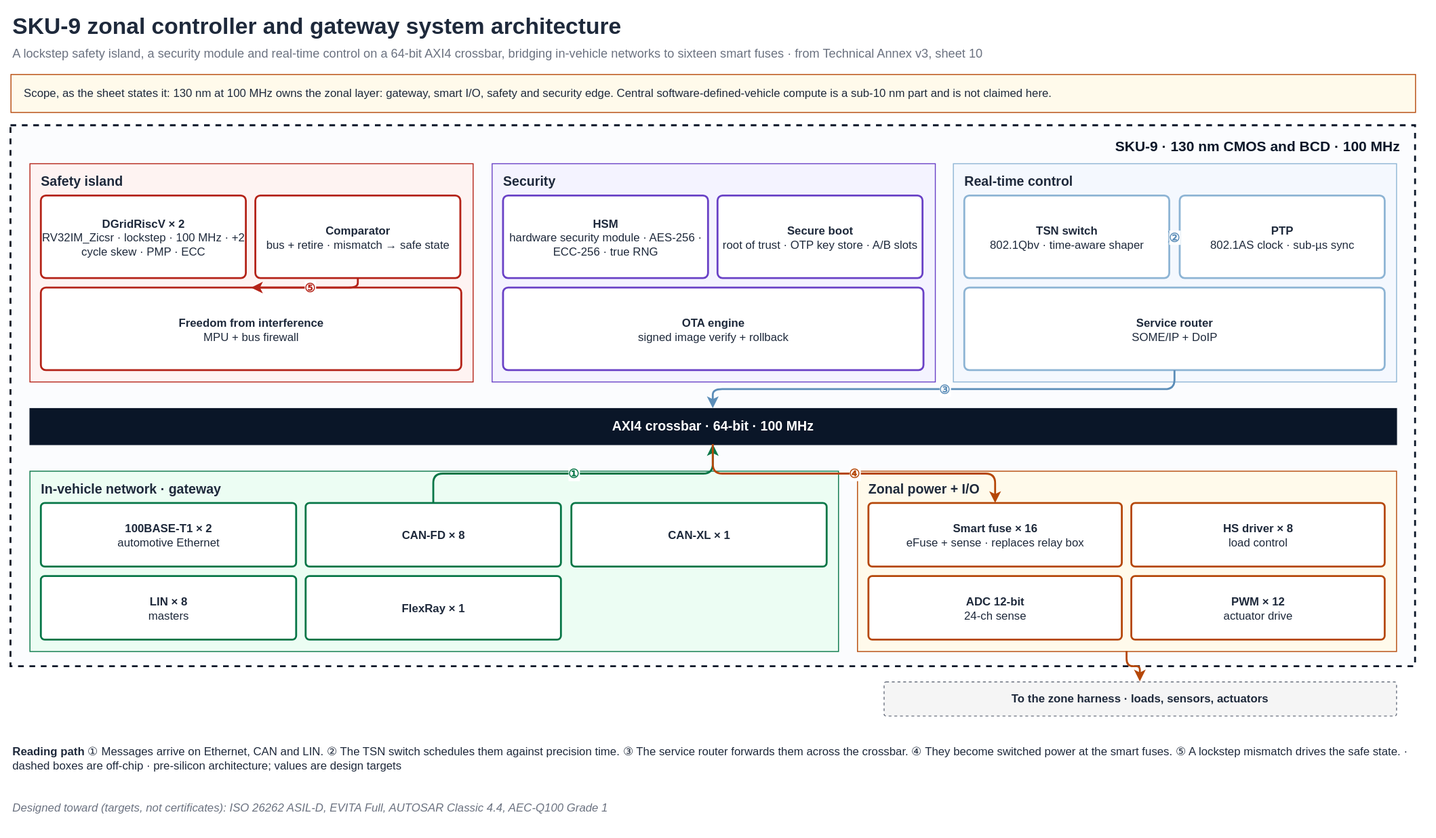
Above: public/diagrams/sku-9-architecture.svg in shekerkamma/deepgrid-dr-silicon-v11 (draw.io), before the change. Source tidied: cells renumbered, new cells last; positions are measured from the earlier drawing's top-left corner, leaving out a move shared by most shapes. Its diagram source:
```xml
<mxGraphModel background="#FFFFFF">
  <root>
    <mxCell id="0" />
    <mxCell id="1" parent="0" />
    <mxCell id="2" value="SKU-9 zonal controller and gateway system architecture" style="text;html=1;align=left;verticalAlign=middle;whiteSpace=wrap;fontSize=24;fontColor=#1E293B;fontStyle=1;" parent="1" vertex="1">
      <mxGeometry width="1200" height="36" as="geometry" />
    </mxCell>
    <mxCell id="3" value="A lockstep safety island, a security module and real-time control on a 64-bit AXI4 crossbar, bridging in-vehicle networks to sixteen smart fuses · from Technical Annex v3, sheet 10" style="text;html=1;align=left;verticalAlign=middle;whiteSpace=wrap;fontSize=13;fontColor=#6B7280;" parent="1" vertex="1">
      <mxGeometry y="34" width="1480" height="24" as="geometry" />
    </mxCell>
    <mxCell id="4" value="SKU-9  ·  130 nm CMOS and BCD  ·  100 MHz" style="rounded=0;whiteSpace=wrap;html=1;fillColor=#FBFCFE;strokeColor=#0A1628;strokeWidth=2;dashed=1;verticalAlign=top;align=right;spacingRight=14;spacingTop=6;fontSize=15;fontStyle=1;fontColor=#0A1628;" parent="1" vertex="1">
      <mxGeometry y="122" width="1480" height="570" as="geometry" />
    </mxCell>
    <mxCell id="5" value="Scope, as the sheet states it: 130 nm at 100 MHz owns the zonal layer: gateway, smart I/O, safety and security edge. Central software-defined-vehicle compute is a sub-10 nm part and is not claimed here." style="rounded=0;whiteSpace=wrap;html=1;fillColor=#FFFAEB;strokeColor=#B54708;align=left;spacingLeft=12;fontSize=12;fontColor=#1E293B;" parent="1" vertex="1">
      <mxGeometry y="68" width="1480" height="40" as="geometry" />
    </mxCell>
    <mxCell id="6" value="Safety island" style="rounded=0;whiteSpace=wrap;html=1;fillColor=#FEF3F2;strokeColor=#B42318;verticalAlign=top;align=left;spacingLeft=10;spacingTop=4;fontSize=14;fontStyle=1;fontColor=#1E293B;" parent="1" vertex="1">
      <mxGeometry x="20" y="162" width="467" height="230" as="geometry" />
    </mxCell>
    <mxCell id="7" value="&lt;b&gt;DGridRiscV × 2&lt;/b&gt;&lt;br&gt;RV32IM_Zicsr · lockstep · 100 MHz · +2 cycle skew · PMP · ECC" style="rounded=1;whiteSpace=wrap;html=1;fillColor=#FFFFFF;strokeColor=#B42318;strokeWidth=2;fontSize=12;fontColor=#1E293B;arcSize=6;" parent="1" vertex="1">
      <mxGeometry x="32" y="196" width="216" height="87" as="geometry" />
    </mxCell>
    <mxCell id="8" value="&lt;b&gt;Comparator&lt;/b&gt;&lt;br&gt;bus + retire · mismatch → safe state" style="rounded=1;whiteSpace=wrap;html=1;fillColor=#FFFFFF;strokeColor=#B42318;strokeWidth=2;fontSize=12;fontColor=#1E293B;arcSize=6;" parent="1" vertex="1">
      <mxGeometry x="258" y="196" width="216" height="87" as="geometry" />
    </mxCell>
    <mxCell id="9" value="&lt;b&gt;Freedom from interference&lt;/b&gt;&lt;br&gt;MPU + bus firewall" style="rounded=1;whiteSpace=wrap;html=1;fillColor=#FFFFFF;strokeColor=#B42318;strokeWidth=2;fontSize=12;fontColor=#1E293B;arcSize=6;" parent="1" vertex="1">
      <mxGeometry x="32" y="293" width="443" height="87" as="geometry" />
    </mxCell>
    <mxCell id="10" value="Security" style="rounded=0;whiteSpace=wrap;html=1;fillColor=#F4F3FF;strokeColor=#6941C6;verticalAlign=top;align=left;spacingLeft=10;spacingTop=4;fontSize=14;fontStyle=1;fontColor=#1E293B;" parent="1" vertex="1">
      <mxGeometry x="507" y="162" width="467" height="230" as="geometry" />
    </mxCell>
    <mxCell id="11" value="&lt;b&gt;HSM&lt;/b&gt;&lt;br&gt;hardware security module · AES-256 · ECC-256 · true RNG" style="rounded=1;whiteSpace=wrap;html=1;fillColor=#FFFFFF;strokeColor=#6941C6;strokeWidth=2;fontSize=12;fontColor=#1E293B;arcSize=6;" parent="1" vertex="1">
      <mxGeometry x="519" y="196" width="216" height="87" as="geometry" />
    </mxCell>
    <mxCell id="12" value="&lt;b&gt;Secure boot&lt;/b&gt;&lt;br&gt;root of trust · OTP key store · A/B slots" style="rounded=1;whiteSpace=wrap;html=1;fillColor=#FFFFFF;strokeColor=#6941C6;strokeWidth=2;fontSize=12;fontColor=#1E293B;arcSize=6;" parent="1" vertex="1">
      <mxGeometry x="745" y="196" width="216" height="87" as="geometry" />
    </mxCell>
    <mxCell id="13" value="&lt;b&gt;OTA engine&lt;/b&gt;&lt;br&gt;signed image verify + rollback" style="rounded=1;whiteSpace=wrap;html=1;fillColor=#FFFFFF;strokeColor=#6941C6;strokeWidth=2;fontSize=12;fontColor=#1E293B;arcSize=6;" parent="1" vertex="1">
      <mxGeometry x="519" y="293" width="443" height="87" as="geometry" />
    </mxCell>
    <mxCell id="14" value="Real-time control" style="rounded=0;whiteSpace=wrap;html=1;fillColor=#F4F8FE;strokeColor=#8DB4D4;verticalAlign=top;align=left;spacingLeft=10;spacingTop=4;fontSize=14;fontStyle=1;fontColor=#1E293B;" parent="1" vertex="1">
      <mxGeometry x="993" y="162" width="467" height="230" as="geometry" />
    </mxCell>
    <mxCell id="15" value="&lt;b&gt;TSN switch&lt;/b&gt;&lt;br&gt;802.1Qbv · time-aware shaper" style="rounded=1;whiteSpace=wrap;html=1;fillColor=#FFFFFF;strokeColor=#8DB4D4;strokeWidth=2;fontSize=12;fontColor=#1E293B;arcSize=6;" parent="1" vertex="1">
      <mxGeometry x="1005" y="196" width="216" height="87" as="geometry" />
    </mxCell>
    <mxCell id="16" value="&lt;b&gt;PTP&lt;/b&gt;&lt;br&gt;802.1AS clock · sub-µs sync" style="rounded=1;whiteSpace=wrap;html=1;fillColor=#FFFFFF;strokeColor=#8DB4D4;strokeWidth=2;fontSize=12;fontColor=#1E293B;arcSize=6;" parent="1" vertex="1">
      <mxGeometry x="1232" y="196" width="216" height="87" as="geometry" />
    </mxCell>
    <mxCell id="17" value="&lt;b&gt;Service router&lt;/b&gt;&lt;br&gt;SOME/IP + DoIP" style="rounded=1;whiteSpace=wrap;html=1;fillColor=#FFFFFF;strokeColor=#8DB4D4;strokeWidth=2;fontSize=12;fontColor=#1E293B;arcSize=6;" parent="1" vertex="1">
      <mxGeometry x="1005" y="293" width="443" height="87" as="geometry" />
    </mxCell>
    <mxCell id="18" value="&lt;b&gt;AXI4 crossbar  ·  64-bit  ·  100 MHz&lt;/b&gt;" style="rounded=0;whiteSpace=wrap;html=1;fillColor=#0A1628;strokeColor=#0A1628;fontSize=14;fontColor=#FFFFFF;" parent="1" vertex="1">
      <mxGeometry x="20" y="420" width="1440" height="38" as="geometry" />
    </mxCell>
    <mxCell id="19" value="In-vehicle network · gateway" style="rounded=0;whiteSpace=wrap;html=1;fillColor=#ECFDF3;strokeColor=#067647;verticalAlign=top;align=left;spacingLeft=10;spacingTop=4;fontSize=14;fontStyle=1;fontColor=#1E293B;" parent="1" vertex="1">
      <mxGeometry x="20" y="486" width="852" height="190" as="geometry" />
    </mxCell>
    <mxCell id="20" value="&lt;b&gt;100BASE-T1 × 2&lt;/b&gt;&lt;br&gt;automotive Ethernet" style="rounded=1;whiteSpace=wrap;html=1;fillColor=#FFFFFF;strokeColor=#067647;strokeWidth=2;fontSize=12;fontColor=#1E293B;arcSize=6;" parent="1" vertex="1">
      <mxGeometry x="32" y="520" width="269" height="67" as="geometry" />
    </mxCell>
    <mxCell id="21" value="&lt;b&gt;CAN-FD × 8&lt;/b&gt;" style="rounded=1;whiteSpace=wrap;html=1;fillColor=#FFFFFF;strokeColor=#067647;strokeWidth=2;fontSize=12;fontColor=#1E293B;arcSize=6;" parent="1" vertex="1">
      <mxGeometry x="311" y="520" width="269" height="67" as="geometry" />
    </mxCell>
    <mxCell id="22" value="&lt;b&gt;CAN-XL × 1&lt;/b&gt;" style="rounded=1;whiteSpace=wrap;html=1;fillColor=#FFFFFF;strokeColor=#067647;strokeWidth=2;fontSize=12;fontColor=#1E293B;arcSize=6;" parent="1" vertex="1">
      <mxGeometry x="591" y="520" width="269" height="67" as="geometry" />
    </mxCell>
    <mxCell id="23" value="&lt;b&gt;LIN × 8&lt;/b&gt;&lt;br&gt;masters" style="rounded=1;whiteSpace=wrap;html=1;fillColor=#FFFFFF;strokeColor=#067647;strokeWidth=2;fontSize=12;fontColor=#1E293B;arcSize=6;" parent="1" vertex="1">
      <mxGeometry x="32" y="597" width="269" height="67" as="geometry" />
    </mxCell>
    <mxCell id="24" value="&lt;b&gt;FlexRay × 1&lt;/b&gt;" style="rounded=1;whiteSpace=wrap;html=1;fillColor=#FFFFFF;strokeColor=#067647;strokeWidth=2;fontSize=12;fontColor=#1E293B;arcSize=6;" parent="1" vertex="1">
      <mxGeometry x="311" y="597" width="269" height="67" as="geometry" />
    </mxCell>
    <mxCell id="25" value="Zonal power + I/O" style="rounded=0;whiteSpace=wrap;html=1;fillColor=#FFFAEB;strokeColor=#B54708;verticalAlign=top;align=left;spacingLeft=10;spacingTop=4;fontSize=14;fontStyle=1;fontColor=#1E293B;" parent="1" vertex="1">
      <mxGeometry x="892" y="486" width="568" height="190" as="geometry" />
    </mxCell>
    <mxCell id="26" value="&lt;b&gt;Smart fuse × 16&lt;/b&gt;&lt;br&gt;eFuse + sense · replaces relay box" style="rounded=1;whiteSpace=wrap;html=1;fillColor=#FFFFFF;strokeColor=#B54708;strokeWidth=2;fontSize=12;fontColor=#1E293B;arcSize=6;" parent="1" vertex="1">
      <mxGeometry x="904" y="520" width="267" height="67" as="geometry" />
    </mxCell>
    <mxCell id="27" value="&lt;b&gt;HS driver × 8&lt;/b&gt;&lt;br&gt;load control" style="rounded=1;whiteSpace=wrap;html=1;fillColor=#FFFFFF;strokeColor=#B54708;strokeWidth=2;fontSize=12;fontColor=#1E293B;arcSize=6;" parent="1" vertex="1">
      <mxGeometry x="1181" y="520" width="267" height="67" as="geometry" />
    </mxCell>
    <mxCell id="28" value="&lt;b&gt;ADC 12-bit&lt;/b&gt;&lt;br&gt;24-ch sense" style="rounded=1;whiteSpace=wrap;html=1;fillColor=#FFFFFF;strokeColor=#B54708;strokeWidth=2;fontSize=12;fontColor=#1E293B;arcSize=6;" parent="1" vertex="1">
      <mxGeometry x="904" y="597" width="267" height="67" as="geometry" />
    </mxCell>
    <mxCell id="29" value="&lt;b&gt;PWM × 12&lt;/b&gt;&lt;br&gt;actuator drive" style="rounded=1;whiteSpace=wrap;html=1;fillColor=#FFFFFF;strokeColor=#B54708;strokeWidth=2;fontSize=12;fontColor=#1E293B;arcSize=6;" parent="1" vertex="1">
      <mxGeometry x="1181" y="597" width="267" height="67" as="geometry" />
    </mxCell>
    <mxCell id="30" value="&lt;b&gt;To the zone harness · loads, sensors, actuators&lt;/b&gt;" style="rounded=1;whiteSpace=wrap;html=1;fillColor=#F5F5F5;strokeColor=#6B7280;dashed=1;fontSize=12;fontColor=#1E293B;arcSize=6;" parent="1" vertex="1">
      <mxGeometry x="920" y="708" width="540" height="36" as="geometry" />
    </mxCell>
    <mxCell id="31" value="①" style="edgeStyle=orthogonalEdgeStyle;rounded=1;html=1;strokeColor=#067647;strokeWidth=2;fontSize=13;fontStyle=1;fontColor=#067647;labelBackgroundColor=#FFFFFF;" parent="1" edge="1" source="21" target="18">
      <mxGeometry relative="1" as="geometry" />
    </mxCell>
    <mxCell id="32" value="②" style="edgeStyle=orthogonalEdgeStyle;rounded=1;html=1;strokeColor=#5B8DB8;strokeWidth=2;fontSize=13;fontStyle=1;fontColor=#5B8DB8;labelBackgroundColor=#FFFFFF;" parent="1" edge="1" source="15" target="16">
      <mxGeometry relative="1" as="geometry" />
    </mxCell>
    <mxCell id="33" value="③" style="edgeStyle=orthogonalEdgeStyle;rounded=1;html=1;strokeColor=#5B8DB8;strokeWidth=2;fontSize=13;fontStyle=1;fontColor=#5B8DB8;labelBackgroundColor=#FFFFFF;" parent="1" edge="1" source="17" target="18">
      <mxGeometry relative="1" as="geometry" />
    </mxCell>
    <mxCell id="34" value="④" style="edgeStyle=orthogonalEdgeStyle;rounded=1;html=1;strokeColor=#B54708;strokeWidth=2;fontSize=13;fontStyle=1;fontColor=#B54708;labelBackgroundColor=#FFFFFF;" parent="1" edge="1" source="18" target="26">
      <mxGeometry relative="1" as="geometry" />
    </mxCell>
    <mxCell id="35" style="edgeStyle=orthogonalEdgeStyle;rounded=1;html=1;strokeColor=#B54708;strokeWidth=2;fontSize=13;fontStyle=1;fontColor=#B54708;labelBackgroundColor=#FFFFFF;" parent="1" edge="1" source="25" target="30">
      <mxGeometry relative="1" as="geometry" />
    </mxCell>
    <mxCell id="36" value="⑤" style="edgeStyle=orthogonalEdgeStyle;rounded=1;html=1;strokeColor=#B42318;strokeWidth=2;fontSize=13;fontStyle=1;fontColor=#B42318;labelBackgroundColor=#FFFFFF;" parent="1" edge="1" source="8" target="9">
      <mxGeometry relative="1" as="geometry" />
    </mxCell>
    <mxCell id="37" value="&lt;b&gt;Reading path&lt;/b&gt;   ①  Messages arrive on Ethernet, CAN and LIN.   ②  The TSN switch schedules them against precision time.   ③  The service router forwards them across the crossbar.   ④  They become switched power at the smart fuses.   ⑤  A lockstep mismatch drives the safe state.   ·   dashed boxes are off-chip   ·   pre-silicon architecture; values are design targets" style="text;html=1;align=left;verticalAlign=middle;whiteSpace=wrap;fontSize=12;fontColor=#1E293B;" parent="1" vertex="1">
      <mxGeometry y="760" width="1480" height="58" as="geometry" />
    </mxCell>
    <mxCell id="38" value="Designed toward (targets, not certificates): ISO 26262 ASIL-D, EVITA Full, AUTOSAR Classic 4.4, AEC-Q100 Grade 1" style="text;html=1;align=left;verticalAlign=middle;whiteSpace=wrap;fontSize=12;fontColor=#6B7280;fontStyle=2;" parent="1" vertex="1">
      <mxGeometry y="830" width="1480" height="22" as="geometry" />
    </mxCell>
  </root>
</mxGraphModel>
```
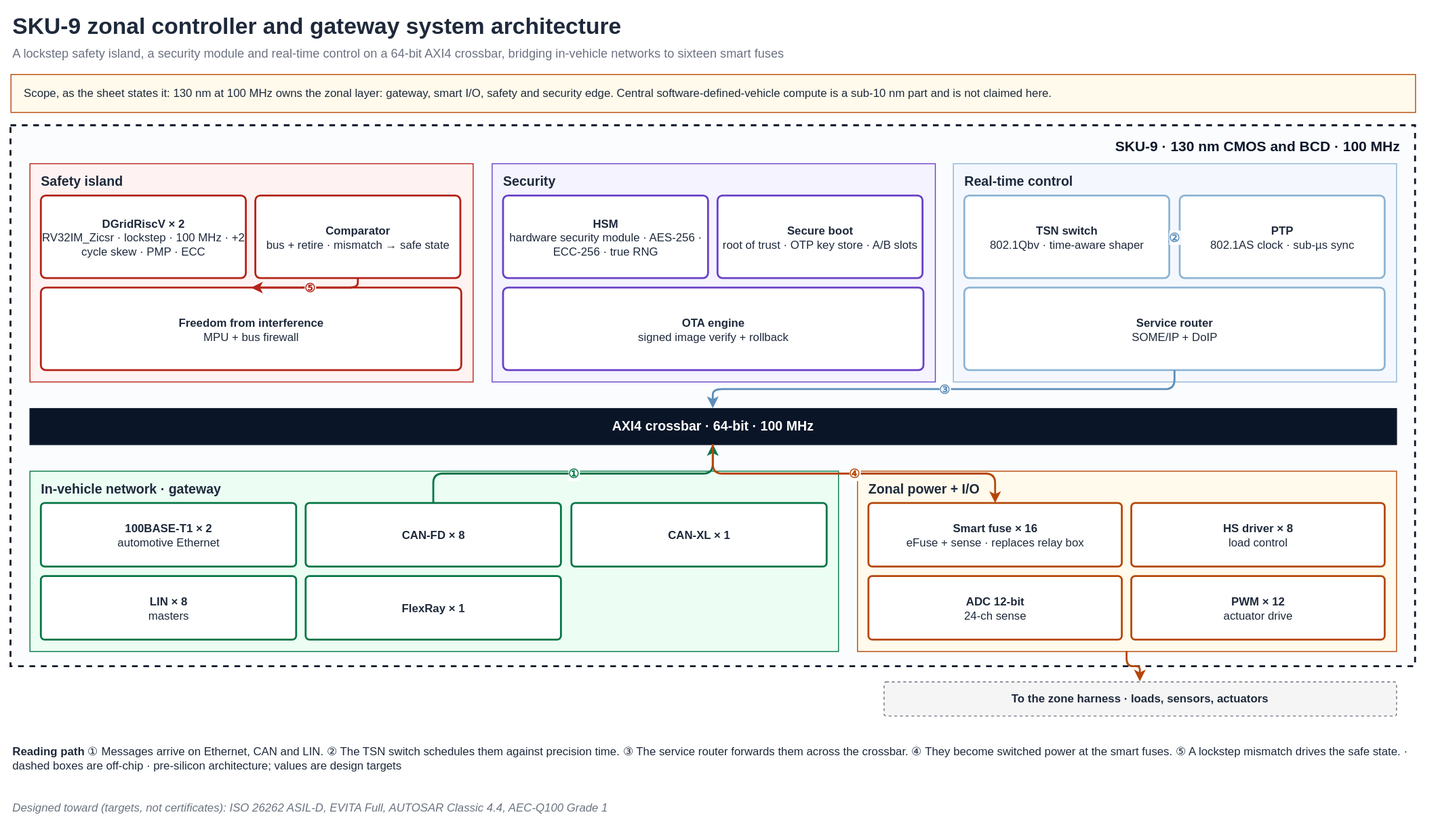
Later version of the same file.

The edit, as a diff of the source:
```diff
@@ -5,7 +5,7 @@
     <mxCell id="2" value="SKU-9 zonal controller and gateway system architecture" style="text;html=1;align=left;verticalAlign=middle;whiteSpace=wrap;fontSize=24;fontColor=#1E293B;fontStyle=1;" parent="1" vertex="1">
       <mxGeometry width="1200" height="36" as="geometry" />
     </mxCell>
-    <mxCell id="3" value="A lockstep safety island, a security module and real-time control on a 64-bit AXI4 crossbar, bridging in-vehicle networks to sixteen smart fuses · from Technical Annex v3, sheet 10" style="text;html=1;align=left;verticalAlign=middle;whiteSpace=wrap;fontSize=13;fontColor=#6B7280;" parent="1" vertex="1">
+    <mxCell id="3" value="A lockstep safety island, a security module and real-time control on a 64-bit AXI4 crossbar, bridging in-vehicle networks to sixteen smart fuses" style="text;html=1;align=left;verticalAlign=middle;whiteSpace=wrap;fontSize=13;fontColor=#6B7280;" parent="1" vertex="1">
       <mxGeometry y="34" width="1480" height="24" as="geometry" />
     </mxCell>
     <mxCell id="4" value="SKU-9  ·  130 nm CMOS and BCD  ·  100 MHz" style="rounded=0;whiteSpace=wrap;html=1;fillColor=#FBFCFE;strokeColor=#0A1628;strokeWidth=2;dashed=1;verticalAlign=top;align=right;spacingRight=14;spacingTop=6;fontSize=15;fontStyle=1;fontColor=#0A1628;" parent="1" vertex="1">
```
